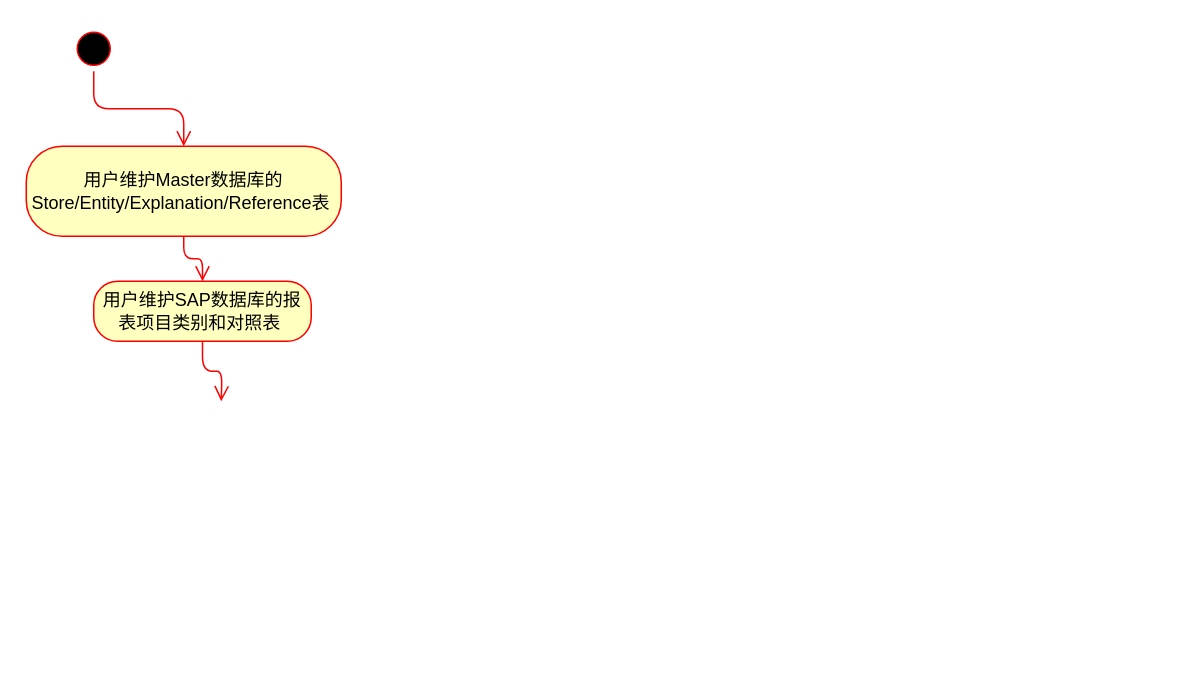
The draw.io diagram page "StatisticReport" (2 of 6) of Untitled Diagram.drawio in Youjwxyz/VBA_Library, before the edit. Source tidied: cells renumbered, new cells numbered last; positions are measured from the earlier drawing's top-left corner, leaving out a move shared by most shapes. Both pictures are drawn from the tidied source at 150%, with x=0, y=0 at pixel (26, 26).
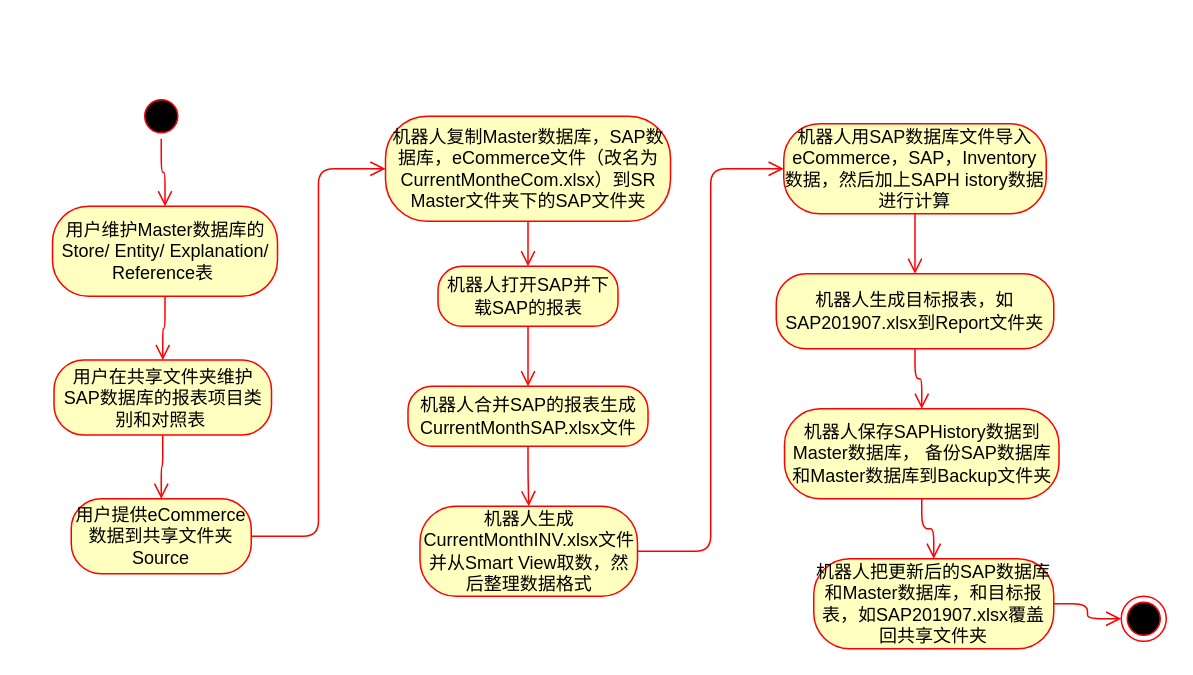
Above is the later version.

The edit, as a diff of the source:
```diff
@@
     <mxCell id="2" style="ellipse;html=1;shape=startState;fillColor=#000000;strokeColor=#ff0000;" parent="1" vertex="1">
-      <mxGeometry x="30" width="30" height="30" as="geometry" />
+      <mxGeometry x="75" y="45" width="30" height="30" as="geometry" />
     </mxCell>
@@
-    <mxCell id="4" value="用户维护SAP数据库的报表项目类别和对照表&amp;nbsp;" style="rounded=1;whiteSpace=wrap;html=1;arcSize=40;fontColor=#000000;fillColor=#ffffc0;strokeColor=#ff0000;" parent="1" vertex="1">
-      <mxGeometry x="45" y="170" width="145" height="40" as="geometry" />
+    <mxCell id="4" value="用户在共享文件夹维护SAP数据库的报表项目类别和对照表&amp;nbsp;" style="rounded=1;whiteSpace=wrap;html=1;arcSize=40;fontColor=#000000;fillColor=#ffffc0;strokeColor=#ff0000;" parent="1" vertex="1">
+      <mxGeometry x="18.5" y="222.5" width="145" height="50" as="geometry" />
     </mxCell>
-    <mxCell id="5" style="edgeStyle=orthogonalEdgeStyle;html=1;verticalAlign=bottom;endArrow=open;endSize=8;strokeColor=#ff0000;" parent="1" edge="1" source="4">
-      <mxGeometry relative="1" as="geometry">
-        <mxPoint x="130" y="250" as="targetPoint" />
-      </mxGeometry>
+    <mxCell id="5" style="edgeStyle=orthogonalEdgeStyle;html=1;verticalAlign=bottom;endArrow=open;endSize=8;strokeColor=#ff0000;" parent="1" edge="1" source="4" target="8">
+      <mxGeometry relative="1" as="geometry" />
     </mxCell>
-    <mxCell id="6" value="用户维护Master数据库的Store/Entity/Explanation/Reference表&amp;nbsp;" style="rounded=1;whiteSpace=wrap;html=1;arcSize=40;fontColor=#000000;fillColor=#ffffc0;strokeColor=#ff0000;" parent="1" vertex="1">
-      <mxGeometry y="80" width="210" height="60" as="geometry" />
+    <mxCell id="6" value="用户维护Master数据库的Store/ Entity/ Explanation/ Reference表&amp;nbsp;" style="rounded=1;whiteSpace=wrap;html=1;arcSize=40;fontColor=#000000;fillColor=#ffffc0;strokeColor=#ff0000;" parent="1" vertex="1">
+      <mxGeometry x="17.5" y="120" width="150" height="60" as="geometry" />
     </mxCell>
@@
+    <mxCell id="8" value="用户提供eCommerce数据到共享文件夹Source" style="rounded=1;whiteSpace=wrap;html=1;arcSize=40;fontColor=#000000;fillColor=#ffffc0;strokeColor=#ff0000;" parent="1" vertex="1">
+      <mxGeometry x="30" y="315" width="120" height="50" as="geometry" />
+    </mxCell>
+    <mxCell id="9" style="edgeStyle=orthogonalEdgeStyle;html=1;verticalAlign=bottom;endArrow=open;endSize=8;strokeColor=#ff0000;entryX=0;entryY=0.5;entryDx=0;entryDy=0;" parent="1" edge="1" source="8" target="10">
+      <mxGeometry relative="1" as="geometry" />
+    </mxCell>
+    <mxCell id="10" value="机器人复制Master数据库，SAP数据库，eCommerce文件（改名为CurrentMontheCom.xlsx）到SR Master文件夹下的SAP文件夹" style="rounded=1;whiteSpace=wrap;html=1;arcSize=40;fontColor=#000000;fillColor=#ffffc0;strokeColor=#ff0000;" parent="1" vertex="1">
+      <mxGeometry x="239.5" y="60" width="190" height="70" as="geometry" />
+    </mxCell>
+    <mxCell id="11" style="edgeStyle=orthogonalEdgeStyle;html=1;verticalAlign=bottom;endArrow=open;endSize=8;strokeColor=#ff0000;" parent="1" edge="1" source="10" target="12">
+      <mxGeometry relative="1" as="geometry" />
+    </mxCell>
+    <mxCell id="12" value="机器人打开SAP并下载SAP的报表" style="rounded=1;whiteSpace=wrap;html=1;arcSize=40;fontColor=#000000;fillColor=#ffffc0;strokeColor=#ff0000;" parent="1" vertex="1">
+      <mxGeometry x="274.5" y="160" width="120" height="40" as="geometry" />
+    </mxCell>
+    <mxCell id="13" style="edgeStyle=orthogonalEdgeStyle;html=1;verticalAlign=bottom;endArrow=open;endSize=8;strokeColor=#ff0000;" parent="1" edge="1" source="12" target="14">
+      <mxGeometry relative="1" as="geometry" />
+    </mxCell>
+    <mxCell id="14" value="机器人合并SAP的报表生成CurrentMonthSAP.xlsx文件" style="rounded=1;whiteSpace=wrap;html=1;arcSize=40;fontColor=#000000;fillColor=#ffffc0;strokeColor=#ff0000;" parent="1" vertex="1">
+      <mxGeometry x="254.5" y="240" width="160" height="40" as="geometry" />
+    </mxCell>
+    <mxCell id="15" style="edgeStyle=orthogonalEdgeStyle;html=1;verticalAlign=bottom;endArrow=open;endSize=8;strokeColor=#ff0000;" parent="1" edge="1" source="14" target="16">
+      <mxGeometry relative="1" as="geometry" />
+    </mxCell>
+    <mxCell id="16" value="机器人生成CurrentMonthINV.xlsx文件并从Smart View取数，然后整理数据格式" style="rounded=1;whiteSpace=wrap;html=1;arcSize=40;fontColor=#000000;fillColor=#ffffc0;strokeColor=#ff0000;" parent="1" vertex="1">
+      <mxGeometry x="262.5" y="320" width="145" height="60" as="geometry" />
+    </mxCell>
+    <mxCell id="17" style="edgeStyle=orthogonalEdgeStyle;html=1;verticalAlign=bottom;endArrow=open;endSize=8;strokeColor=#ff0000;entryX=0;entryY=0.5;entryDx=0;entryDy=0;" parent="1" edge="1" source="16" target="18">
+      <mxGeometry relative="1" as="geometry" />
+    </mxCell>
+    <mxCell id="18" value="机器人用SAP数据库文件导入eCommerce，SAP，Inventory数据，然后加上SAPH istory数据进行计算" style="rounded=1;whiteSpace=wrap;html=1;arcSize=40;fontColor=#000000;fillColor=#ffffc0;strokeColor=#ff0000;" parent="1" vertex="1">
+      <mxGeometry x="505" y="65" width="175" height="60" as="geometry" />
+    </mxCell>
+    <mxCell id="19" style="edgeStyle=orthogonalEdgeStyle;html=1;verticalAlign=bottom;endArrow=open;endSize=8;strokeColor=#ff0000;" parent="1" edge="1" source="18" target="20">
+      <mxGeometry relative="1" as="geometry" />
+    </mxCell>
+    <mxCell id="20" value="机器人生成目标报表，如SAP201907.xlsx到Report文件夹" style="rounded=1;whiteSpace=wrap;html=1;arcSize=40;fontColor=#000000;fillColor=#ffffc0;strokeColor=#ff0000;" parent="1" vertex="1">
+      <mxGeometry x="500" y="165" width="185" height="50" as="geometry" />
+    </mxCell>
+    <mxCell id="21" style="edgeStyle=orthogonalEdgeStyle;html=1;verticalAlign=bottom;endArrow=open;endSize=8;strokeColor=#ff0000;" parent="1" edge="1" source="20" target="22">
+      <mxGeometry relative="1" as="geometry" />
+    </mxCell>
+    <mxCell id="22" value="机器人保存SAPHistory数据到Master数据库，&amp;nbsp;备份SAP数据库和Master数据库到Backup文件夹" style="rounded=1;whiteSpace=wrap;html=1;arcSize=40;fontColor=#000000;fillColor=#ffffc0;strokeColor=#ff0000;" parent="1" vertex="1">
+      <mxGeometry x="505.5" y="255" width="183" height="60" as="geometry" />
+    </mxCell>
+    <mxCell id="23" style="edgeStyle=orthogonalEdgeStyle;html=1;verticalAlign=bottom;endArrow=open;endSize=8;strokeColor=#ff0000;" parent="1" edge="1" source="22" target="24">
+      <mxGeometry relative="1" as="geometry" />
+    </mxCell>
+    <mxCell id="24" value="机器人把更新后的SAP数据库和Master数据库，和目标报表，如SAP201907.xlsx覆盖回共享文件夹" style="rounded=1;whiteSpace=wrap;html=1;arcSize=40;fontColor=#000000;fillColor=#ffffc0;strokeColor=#ff0000;" parent="1" vertex="1">
+      <mxGeometry x="525" y="355" width="160" height="60" as="geometry" />
+    </mxCell>
+    <mxCell id="25" style="edgeStyle=orthogonalEdgeStyle;html=1;verticalAlign=bottom;endArrow=open;endSize=8;strokeColor=#ff0000;" parent="1" edge="1" source="24" target="26">
+      <mxGeometry relative="1" as="geometry" />
+    </mxCell>
+    <mxCell id="26" style="ellipse;html=1;shape=endState;fillColor=#000000;strokeColor=#ff0000;" parent="1" vertex="1">
+      <mxGeometry x="730" y="380" width="30" height="30" as="geometry" />
+    </mxCell>
```
